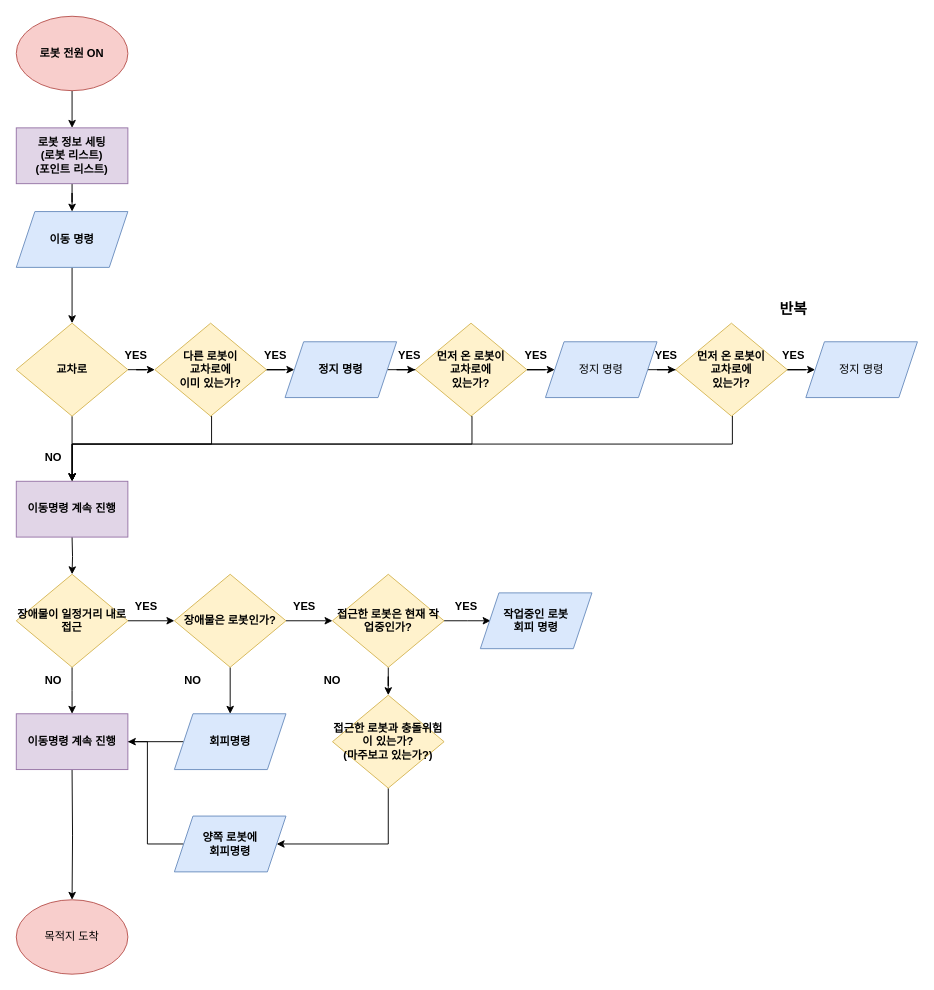
Earlier version of the draw.io diagram serving.drawio (HanSol1140/nnx_serving). Source tidied: cells renumbered, new cells numbered last; positions are measured from the earlier drawing's top-left corner, leaving out a move shared by most shapes. Both pictures are drawn from the tidied source at 93%, with x=0, y=0 at pixel (16, 16).
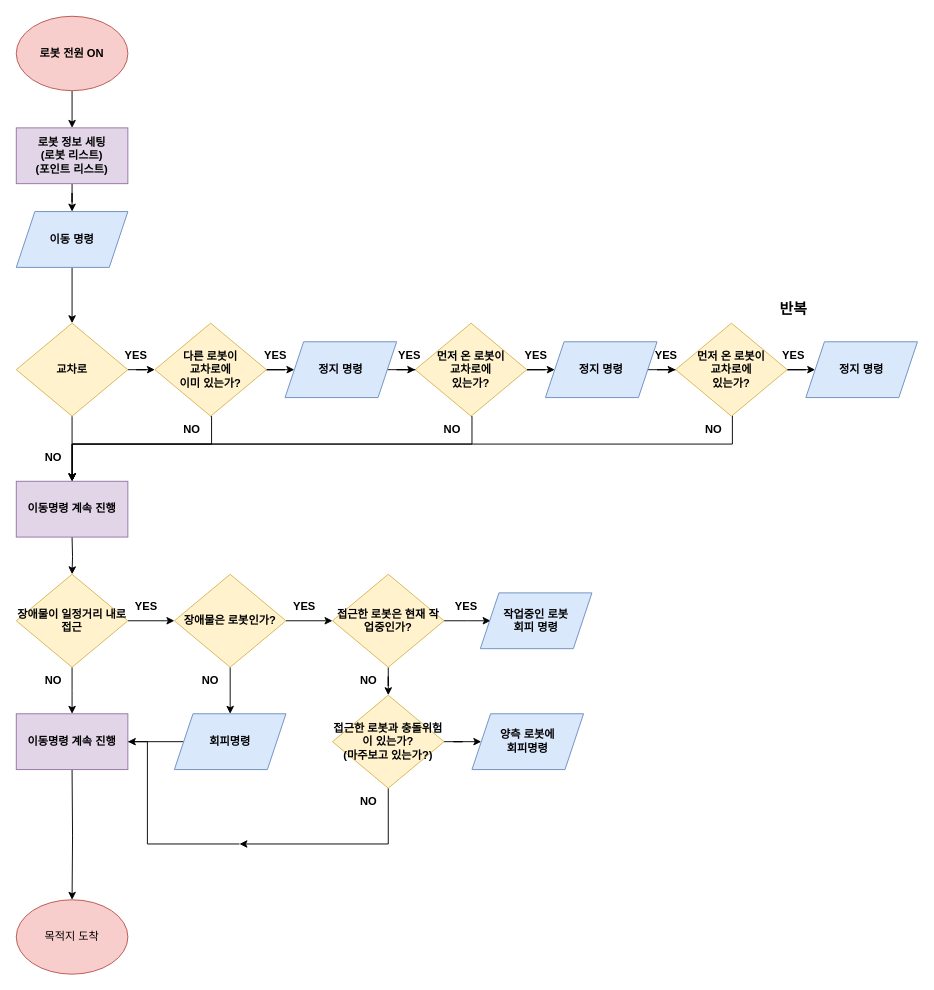
After the change.

The change refers to these unchanged cells:
```xml
<mxCell id="47" value="접근한 로봇과 충돌위험이 있는가?&lt;br&gt;(마주보고 있는가?)" style="rhombus;whiteSpace=wrap;html=1;fillColor=#fff2cc;strokeColor=#d6b656;fontStyle=1;labelBackgroundColor=none;labelBorderColor=none;" parent="1" vertex="1">
  <mxGeometry x="340" y="730" width="120" height="100" as="geometry" />
</mxCell>
<mxCell id="59" value="이동명령 계속 진행" style="rounded=0;whiteSpace=wrap;html=1;fillColor=#e1d5e7;strokeColor=#9673a6;fontStyle=1;" parent="1" vertex="1">
  <mxGeometry y="750" width="120" height="60" as="geometry" />
</mxCell>
```

Change to the diagram source:
```diff
@@
-    <mxCell id="35" value="정지 명령&lt;br&gt;" style="shape=parallelogram;perimeter=parallelogramPerimeter;whiteSpace=wrap;html=1;fixedSize=1;fillColor=#dae8fc;strokeColor=#6c8ebf;" parent="1" vertex="1">
+    <mxCell id="35" value="정지 명령&lt;br&gt;" style="shape=parallelogram;perimeter=parallelogramPerimeter;whiteSpace=wrap;html=1;fixedSize=1;fillColor=#dae8fc;strokeColor=#6c8ebf;fontStyle=1;" parent="1" vertex="1">
       <mxGeometry x="569" y="350" width="120" height="60" as="geometry" />
     </mxCell>
@@
-    <mxCell id="46" style="edgeStyle=orthogonalEdgeStyle;rounded=0;jettySize=auto;html=1;exitX=0.5;exitY=1;exitDx=0;exitDy=0;entryX=1;entryY=0.5;entryDx=0;entryDy=0;" parent="1" edge="1" source="47" target="56">
+    <mxCell id="46" style="edgeStyle=orthogonalEdgeStyle;rounded=0;jettySize=auto;html=1;exitX=0.5;exitY=1;exitDx=0;exitDy=0;" parent="1" edge="1" source="47">
       <mxGeometry relative="1" as="geometry">
+        <mxPoint x="240" y="890" as="targetPoint" />
         <Array as="points">
           <mxPoint x="400" y="890" />
         </Array>
       </mxGeometry>
     </mxCell>
+    <mxCell id="60" style="edgeStyle=orthogonalEdgeStyle;rounded=0;jettySize=auto;html=1;" parent="1" edge="1" source="47" target="65">
+      <mxGeometry relative="1" as="geometry" />
+    </mxCell>
@@
     <mxCell id="48" value="NO" style="text;html=1;align=center;verticalAlign=middle;whiteSpace=wrap;rounded=0;fontStyle=1;" parent="1" vertex="1">
-      <mxGeometry x="310" y="700" width="60" height="30" as="geometry" />
+      <mxGeometry x="349" y="700" width="60" height="30" as="geometry" />
     </mxCell>
@@
     <mxCell id="52" value="NO" style="text;html=1;align=center;verticalAlign=middle;whiteSpace=wrap;rounded=0;fontStyle=1;" parent="1" vertex="1">
-      <mxGeometry x="160" y="700" width="60" height="30" as="geometry" />
+      <mxGeometry x="179" y="700" width="60" height="30" as="geometry" />
     </mxCell>
-    <mxCell id="53" value="정지 명령&lt;br&gt;" style="shape=parallelogram;perimeter=parallelogramPerimeter;whiteSpace=wrap;html=1;fixedSize=1;fillColor=#dae8fc;strokeColor=#6c8ebf;" parent="1" vertex="1">
+    <mxCell id="53" value="정지 명령&lt;br&gt;" style="shape=parallelogram;perimeter=parallelogramPerimeter;whiteSpace=wrap;html=1;fixedSize=1;fillColor=#dae8fc;strokeColor=#6c8ebf;fontStyle=1;" parent="1" vertex="1">
       <mxGeometry x="849" y="350" width="120" height="60" as="geometry" />
     </mxCell>
@@
-    <mxCell id="55" style="edgeStyle=orthogonalEdgeStyle;rounded=0;jettySize=auto;html=1;exitX=0;exitY=0.5;exitDx=0;exitDy=0;entryX=1;entryY=0.5;entryDx=0;entryDy=0;" parent="1" edge="1" source="56" target="59">
+    <mxCell id="55" style="edgeStyle=orthogonalEdgeStyle;rounded=0;jettySize=auto;html=1;entryX=1;entryY=0.5;entryDx=0;entryDy=0;" parent="1" edge="1" target="59">
       <mxGeometry relative="1" as="geometry">
+        <mxPoint x="240" y="890" as="sourcePoint" />
         <Array as="points">
           <mxPoint x="141" y="890" />
           <mxPoint x="141" y="780" />
         </Array>
       </mxGeometry>
     </mxCell>
-    <mxCell id="56" value="양쪽 로봇에&lt;br&gt;회피명령" style="shape=parallelogram;perimeter=parallelogramPerimeter;whiteSpace=wrap;html=1;fixedSize=1;fillColor=#dae8fc;strokeColor=#6c8ebf;fontStyle=1;" parent="1" vertex="1">
-      <mxGeometry x="170" y="860" width="120" height="60" as="geometry" />
-    </mxCell>
@@
+    <mxCell id="61" value="NO" style="text;html=1;align=center;verticalAlign=middle;whiteSpace=wrap;rounded=0;fontStyle=1;" parent="1" vertex="1">
+      <mxGeometry x="159" y="430" width="60" height="30" as="geometry" />
+    </mxCell>
+    <mxCell id="62" value="NO" style="text;html=1;align=center;verticalAlign=middle;whiteSpace=wrap;rounded=0;fontStyle=1;" parent="1" vertex="1">
+      <mxGeometry x="439" y="430" width="60" height="30" as="geometry" />
+    </mxCell>
+    <mxCell id="63" value="NO" style="text;html=1;align=center;verticalAlign=middle;whiteSpace=wrap;rounded=0;fontStyle=1;" parent="1" vertex="1">
+      <mxGeometry x="720" y="430" width="60" height="30" as="geometry" />
+    </mxCell>
+    <mxCell id="64" value="NO" style="text;html=1;align=center;verticalAlign=middle;whiteSpace=wrap;rounded=0;fontStyle=1;" parent="1" vertex="1">
+      <mxGeometry x="349" y="830" width="60" height="30" as="geometry" />
+    </mxCell>
+    <mxCell id="65" value="양측 로봇에&lt;br&gt;회피명령" style="shape=parallelogram;perimeter=parallelogramPerimeter;whiteSpace=wrap;html=1;fixedSize=1;fillColor=#dae8fc;strokeColor=#6c8ebf;fontStyle=1;" parent="1" vertex="1">
+      <mxGeometry x="490" y="750" width="120" height="60" as="geometry" />
+    </mxCell>
```
